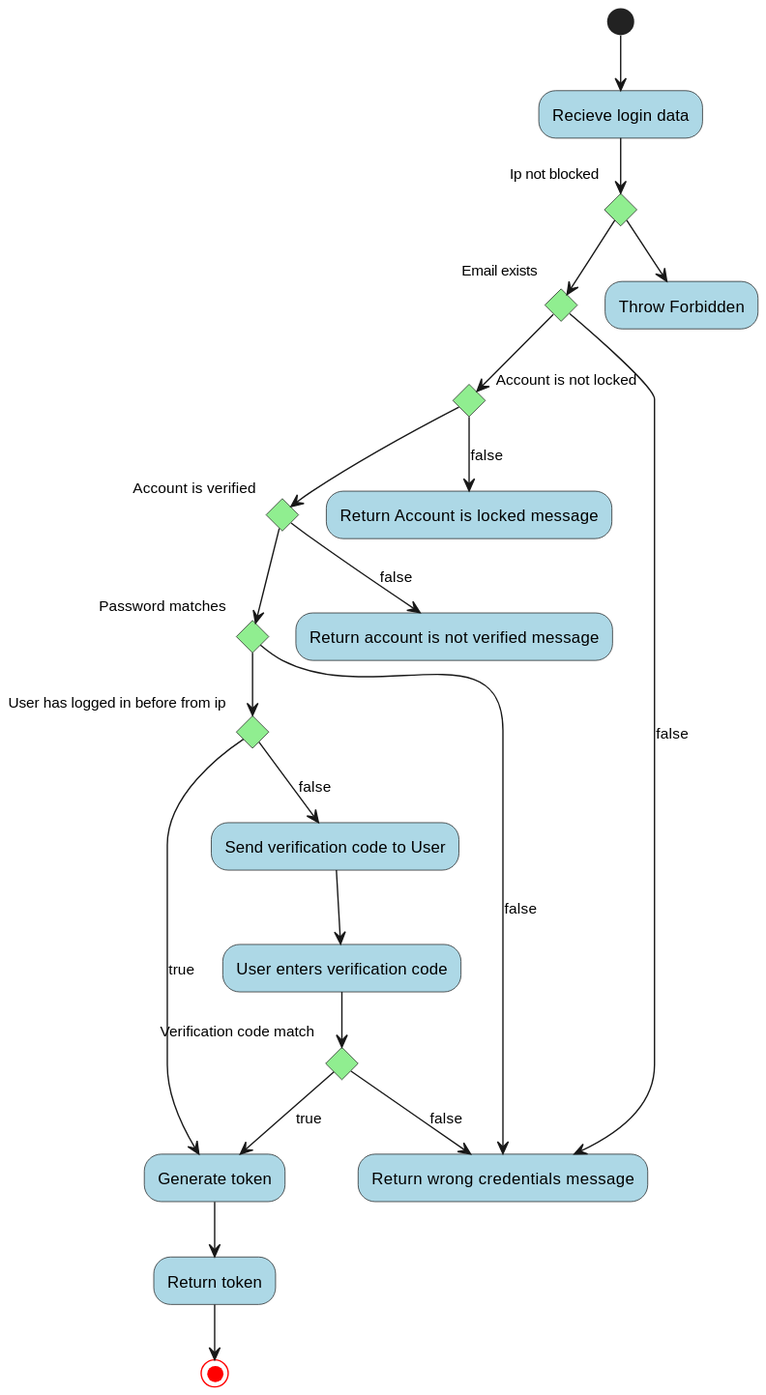
This is Docs/out/FlowCharts/LoginFlowChart/Login Flowchart.svg from blackout1471/trust-us-school, a PlantUML export, as it was before one commit.
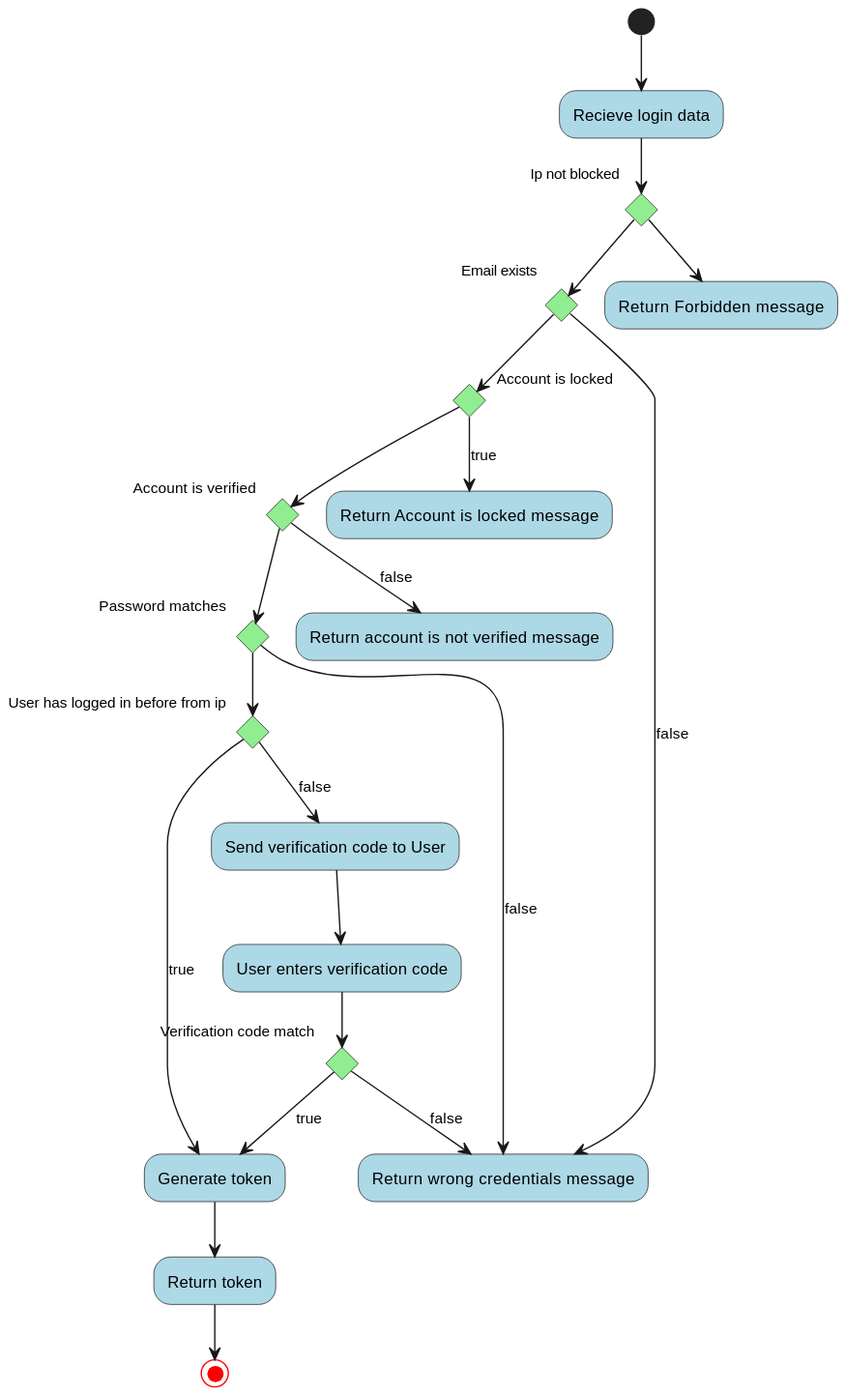
Above is the later version.

Diff of the diagram source:
```diff
@@ -13,7 +13,7 @@
 
 if "Ip not blocked" then
     if "Email exists" then
-        if "Account is not locked" then
+        if "Account is locked" then
             if "Account is verified" then
                 if "Password matches" then
                     if "User has logged in before from ip" then
@@ -36,13 +36,13 @@
                 -->[false] "Return account is not verified message"
             end if
         else
-            -->[false] "Return Account is locked message"
+            -->[true] "Return Account is locked message"
         end if
     else
       -->[false] "Return wrong credentials message"
 
     end if
 else
- --> "Throw Forbidden"
+ --> "Return Forbidden message"
 end if
 @enduml
```
